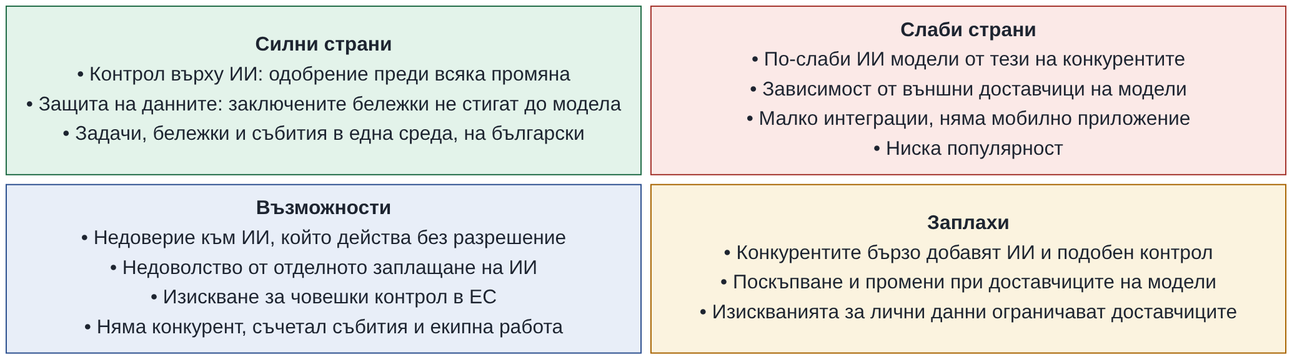
tuncheva/KAIROS keeps this Mermaid diagram as docs/diploma/diagrams/out/01-swot.png. Above is the earlier version. Its source is kept beside it as docs/diploma/diagrams/src/01-swot.mmd.
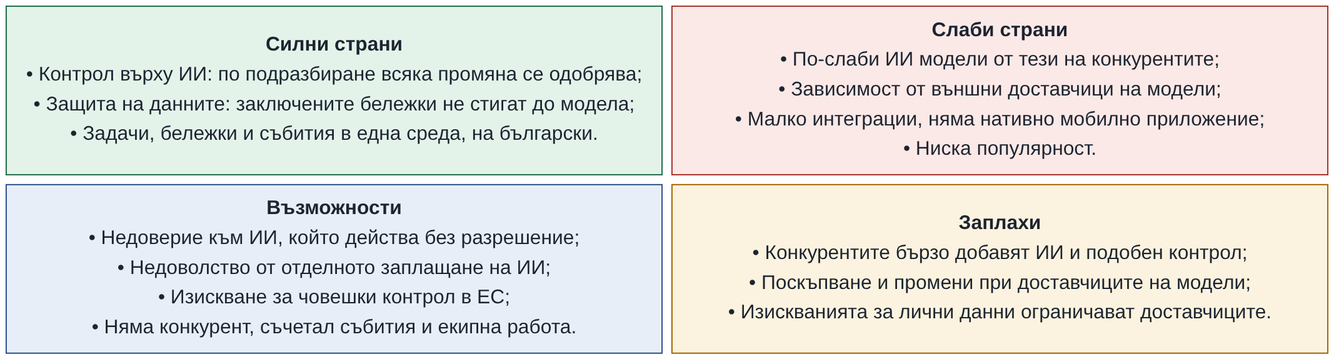
Later version of the same file.

The edit, as a diff of the source:
```diff
@@ -1,9 +1,9 @@
 block-beta
   columns 2
-  S["<b>Силни страни</b><br>• Контрол върху ИИ: одобрение преди всяка промяна<br>• Защита на данните: заключените бележки не стигат до модела<br>• Задачи, бележки и събития в една среда, на български"]
-  W["<b>Слаби страни</b><br>• По-слаби ИИ модели от тези на конкурентите<br>• Зависимост от външни доставчици на модели<br>• Малко интеграции, няма мобилно приложение<br>• Ниска популярност"]
-  O["<b>Възможности</b><br>• Недоверие към ИИ, който действа без разрешение<br>• Недоволство от отделното заплащане на ИИ<br>• Изискване за човешки контрол в ЕС<br>• Няма конкурент, съчетал събития и екипна работа"]
-  T["<b>Заплахи</b><br>• Конкурентите бързо добавят ИИ и подобен контрол<br>• Поскъпване и промени при доставчиците на модели<br>• Изискванията за лични данни ограничават доставчиците"]
+  S["<b>Силни страни</b><br>• Контрол върху ИИ: по подразбиране всяка промяна се одобрява;<br>• Защита на данните: заключените бележки не стигат до модела;<br>• Задачи, бележки и събития в една среда, на български."]
+  W["<b>Слаби страни</b><br>• По-слаби ИИ модели от тези на конкурентите;<br>• Зависимост от външни доставчици на модели;<br>• Малко интеграции, няма нативно мобилно приложение;<br>• Ниска популярност."]
+  O["<b>Възможности</b><br>• Недоверие към ИИ, който действа без разрешение;<br>• Недоволство от отделното заплащане на ИИ;<br>• Изискване за човешки контрол в ЕС;<br>• Няма конкурент, съчетал събития и екипна работа."]
+  T["<b>Заплахи</b><br>• Конкурентите бързо добавят ИИ и подобен контрол;<br>• Поскъпване и промени при доставчиците на модели;<br>• Изискванията за лични данни ограничават доставчиците."]
   style S fill:#e3f3ea,stroke:#1f6b45
   style W fill:#fbe9e7,stroke:#a3322b
   style O fill:#e8eef8,stroke:#2c4f8f
```
